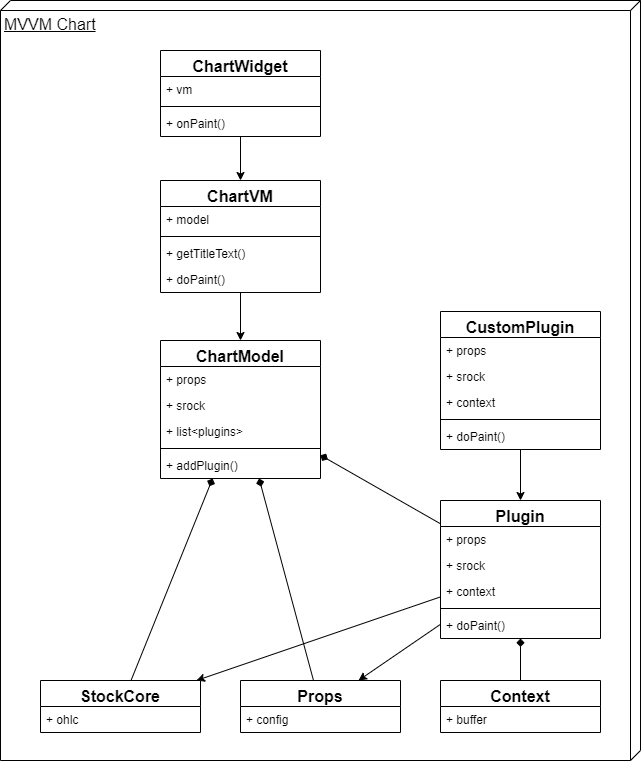
Before: doc/architecture.png, a diagram exported from draw.io (zxffffffff/stock-charts-cpp). Source tidied: cells renumbered, new cells last; positions are measured from the earlier drawing's top-left corner, leaving out a move shared by most shapes. Its diagram source:
```xml
<mxGraphModel>
  <root>
    <mxCell id="0" />
    <mxCell id="1" parent="0" />
    <mxCell id="2" value="MVVM Chart" style="verticalAlign=top;align=left;spacingTop=8;spacingLeft=2;spacingRight=12;shape=cube;size=10;direction=south;fontStyle=4;html=1;fontSize=16;" parent="1" vertex="1">
      <mxGeometry width="640" height="760" as="geometry" />
    </mxCell>
    <mxCell id="3" style="edgeStyle=none;rounded=0;jettySize=auto;html=1;endArrow=diamond;endFill=1;fontSize=16;" parent="1" edge="1" source="31" target="6">
      <mxGeometry relative="1" as="geometry" />
    </mxCell>
    <mxCell id="4" style="edgeStyle=none;rounded=0;jettySize=auto;html=1;endArrow=diamond;endFill=1;fontSize=16;" parent="1" edge="1" source="14" target="6">
      <mxGeometry relative="1" as="geometry" />
    </mxCell>
    <mxCell id="5" style="edgeStyle=none;rounded=0;jettySize=auto;html=1;endArrow=diamond;endFill=1;fontSize=16;" parent="1" edge="1" source="25" target="6">
      <mxGeometry relative="1" as="geometry" />
    </mxCell>
    <mxCell id="6" value="ChartModel" style="swimlane;fontStyle=1;align=center;verticalAlign=top;horizontal=1;startSize=26;fontSize=16;" parent="1" vertex="1">
      <mxGeometry x="160" y="340" width="160" height="138" as="geometry" />
    </mxCell>
    <mxCell id="7" value="+ props" style="text;strokeColor=none;fillColor=none;align=left;verticalAlign=top;spacingLeft=4;spacingRight=4;overflow=hidden;" parent="6" vertex="1">
      <mxGeometry y="26" width="160" height="26" as="geometry" />
    </mxCell>
    <mxCell id="8" value="+ srock" style="text;strokeColor=none;fillColor=none;align=left;verticalAlign=top;spacingLeft=4;spacingRight=4;overflow=hidden;" parent="6" vertex="1">
      <mxGeometry y="52" width="160" height="26" as="geometry" />
    </mxCell>
    <mxCell id="9" value="+ list&lt;plugins&gt;" style="text;strokeColor=none;fillColor=none;align=left;verticalAlign=top;spacingLeft=4;spacingRight=4;overflow=hidden;" parent="6" vertex="1">
      <mxGeometry y="78" width="160" height="26" as="geometry" />
    </mxCell>
    <mxCell id="10" style="line;strokeWidth=1;fillColor=none;align=left;verticalAlign=middle;spacingTop=-1;spacingLeft=3;spacingRight=3;labelPosition=right;" parent="6" vertex="1">
      <mxGeometry y="104" width="160" height="8" as="geometry" />
    </mxCell>
    <mxCell id="11" value="+ addPlugin()" style="text;strokeColor=none;fillColor=none;align=left;verticalAlign=top;spacingLeft=4;spacingRight=4;overflow=hidden;" parent="6" vertex="1">
      <mxGeometry y="112" width="160" height="26" as="geometry" />
    </mxCell>
    <mxCell id="12" value="Context" style="swimlane;fontStyle=1;align=center;verticalAlign=top;horizontal=1;startSize=26;fontSize=16;" parent="1" vertex="1">
      <mxGeometry x="440" y="680" width="160" height="52" as="geometry" />
    </mxCell>
    <mxCell id="13" value="+ buffer" style="text;strokeColor=none;fillColor=none;align=left;verticalAlign=top;spacingLeft=4;spacingRight=4;overflow=hidden;" parent="12" vertex="1">
      <mxGeometry y="26" width="160" height="26" as="geometry" />
    </mxCell>
    <mxCell id="14" value="Props" style="swimlane;fontStyle=1;align=center;verticalAlign=top;horizontal=1;startSize=26;fontSize=16;" parent="1" vertex="1">
      <mxGeometry x="240" y="680" width="160" height="52" as="geometry" />
    </mxCell>
    <mxCell id="15" value="+ config" style="text;strokeColor=none;fillColor=none;align=left;verticalAlign=top;spacingLeft=4;spacingRight=4;overflow=hidden;" parent="14" vertex="1">
      <mxGeometry y="26" width="160" height="26" as="geometry" />
    </mxCell>
    <mxCell id="16" style="edgeStyle=none;rounded=0;jettySize=auto;html=1;endArrow=classic;endFill=1;fontSize=16;" parent="1" edge="1" source="17" target="6">
      <mxGeometry relative="1" as="geometry" />
    </mxCell>
    <mxCell id="17" value="ChartVM" style="swimlane;fontStyle=1;align=center;verticalAlign=top;horizontal=1;startSize=26;fontSize=16;" parent="1" vertex="1">
      <mxGeometry x="160" y="180" width="160" height="112" as="geometry" />
    </mxCell>
    <mxCell id="18" value="+ model" style="text;strokeColor=none;fillColor=none;align=left;verticalAlign=top;spacingLeft=4;spacingRight=4;overflow=hidden;" parent="17" vertex="1">
      <mxGeometry y="26" width="160" height="26" as="geometry" />
    </mxCell>
    <mxCell id="19" style="line;strokeWidth=1;fillColor=none;align=left;verticalAlign=middle;spacingTop=-1;spacingLeft=3;spacingRight=3;labelPosition=right;" parent="17" vertex="1">
      <mxGeometry y="52" width="160" height="8" as="geometry" />
    </mxCell>
    <mxCell id="20" value="+ getTitleText()" style="text;strokeColor=none;fillColor=none;align=left;verticalAlign=top;spacingLeft=4;spacingRight=4;overflow=hidden;" parent="17" vertex="1">
      <mxGeometry y="60" width="160" height="26" as="geometry" />
    </mxCell>
    <mxCell id="21" value="+ doPaint()" style="text;strokeColor=none;fillColor=none;align=left;verticalAlign=top;spacingLeft=4;spacingRight=4;overflow=hidden;" parent="17" vertex="1">
      <mxGeometry y="86" width="160" height="26" as="geometry" />
    </mxCell>
    <mxCell id="22" style="edgeStyle=none;rounded=0;jettySize=auto;html=1;endArrow=diamond;endFill=1;fontSize=16;" parent="1" edge="1" source="12" target="25">
      <mxGeometry relative="1" as="geometry" />
    </mxCell>
    <mxCell id="23" style="edgeStyle=none;rounded=0;jettySize=auto;html=1;endArrow=classic;endFill=1;fontSize=16;" parent="1" edge="1" source="25" target="14">
      <mxGeometry relative="1" as="geometry" />
    </mxCell>
    <mxCell id="24" style="edgeStyle=none;rounded=0;jettySize=auto;html=1;endArrow=classic;endFill=1;fontSize=16;" parent="1" edge="1" source="25" target="31">
      <mxGeometry relative="1" as="geometry" />
    </mxCell>
    <mxCell id="25" value="Plugin" style="swimlane;fontStyle=1;align=center;verticalAlign=top;horizontal=1;startSize=26;fontSize=16;" parent="1" vertex="1">
      <mxGeometry x="440" y="500" width="160" height="138" as="geometry" />
    </mxCell>
    <mxCell id="26" value="+ props" style="text;strokeColor=none;fillColor=none;align=left;verticalAlign=top;spacingLeft=4;spacingRight=4;overflow=hidden;" parent="25" vertex="1">
      <mxGeometry y="26" width="160" height="26" as="geometry" />
    </mxCell>
    <mxCell id="27" value="+ srock" style="text;strokeColor=none;fillColor=none;align=left;verticalAlign=top;spacingLeft=4;spacingRight=4;overflow=hidden;" parent="25" vertex="1">
      <mxGeometry y="52" width="160" height="26" as="geometry" />
    </mxCell>
    <mxCell id="28" value="+ context" style="text;strokeColor=none;fillColor=none;align=left;verticalAlign=top;spacingLeft=4;spacingRight=4;overflow=hidden;" parent="25" vertex="1">
      <mxGeometry y="78" width="160" height="26" as="geometry" />
    </mxCell>
    <mxCell id="29" style="line;strokeWidth=1;fillColor=none;align=left;verticalAlign=middle;spacingTop=-1;spacingLeft=3;spacingRight=3;labelPosition=right;" parent="25" vertex="1">
      <mxGeometry y="104" width="160" height="8" as="geometry" />
    </mxCell>
    <mxCell id="30" value="+ doPaint()" style="text;strokeColor=none;fillColor=none;align=left;verticalAlign=top;spacingLeft=4;spacingRight=4;overflow=hidden;" parent="25" vertex="1">
      <mxGeometry y="112" width="160" height="26" as="geometry" />
    </mxCell>
    <mxCell id="31" value="StockCore" style="swimlane;fontStyle=1;align=center;verticalAlign=top;horizontal=1;startSize=26;fontSize=16;" parent="1" vertex="1">
      <mxGeometry x="40" y="680" width="160" height="52" as="geometry" />
    </mxCell>
    <mxCell id="32" value="+ ohlc" style="text;strokeColor=none;fillColor=none;align=left;verticalAlign=top;spacingLeft=4;spacingRight=4;overflow=hidden;" parent="31" vertex="1">
      <mxGeometry y="26" width="160" height="26" as="geometry" />
    </mxCell>
    <mxCell id="33" style="edgeStyle=none;rounded=0;jettySize=auto;html=1;endArrow=classic;endFill=1;fontSize=16;" parent="1" edge="1" source="34" target="17">
      <mxGeometry relative="1" as="geometry" />
    </mxCell>
    <mxCell id="34" value="ChartWidget" style="swimlane;fontStyle=1;align=center;verticalAlign=top;horizontal=1;startSize=26;fontSize=16;" parent="1" vertex="1">
      <mxGeometry x="160" y="50" width="160" height="86" as="geometry" />
    </mxCell>
    <mxCell id="35" value="+ vm" style="text;strokeColor=none;fillColor=none;align=left;verticalAlign=top;spacingLeft=4;spacingRight=4;overflow=hidden;" parent="34" vertex="1">
      <mxGeometry y="26" width="160" height="26" as="geometry" />
    </mxCell>
    <mxCell id="36" style="line;strokeWidth=1;fillColor=none;align=left;verticalAlign=middle;spacingTop=-1;spacingLeft=3;spacingRight=3;labelPosition=right;" parent="34" vertex="1">
      <mxGeometry y="52" width="160" height="8" as="geometry" />
    </mxCell>
    <mxCell id="37" value="+ onPaint()" style="text;strokeColor=none;fillColor=none;align=left;verticalAlign=top;spacingLeft=4;spacingRight=4;overflow=hidden;" parent="34" vertex="1">
      <mxGeometry y="60" width="160" height="26" as="geometry" />
    </mxCell>
    <mxCell id="38" style="edgeStyle=none;rounded=0;jettySize=auto;html=1;endArrow=classic;endFill=1;fontSize=16;" parent="1" edge="1" source="39" target="25">
      <mxGeometry relative="1" as="geometry" />
    </mxCell>
    <mxCell id="39" value="CustomPlugin" style="swimlane;fontStyle=1;align=center;verticalAlign=top;horizontal=1;startSize=26;fontSize=16;" parent="1" vertex="1">
      <mxGeometry x="440" y="311" width="160" height="138" as="geometry" />
    </mxCell>
    <mxCell id="40" value="+ props" style="text;strokeColor=none;fillColor=none;align=left;verticalAlign=top;spacingLeft=4;spacingRight=4;overflow=hidden;" parent="39" vertex="1">
      <mxGeometry y="26" width="160" height="26" as="geometry" />
    </mxCell>
    <mxCell id="41" value="+ srock" style="text;strokeColor=none;fillColor=none;align=left;verticalAlign=top;spacingLeft=4;spacingRight=4;overflow=hidden;" parent="39" vertex="1">
      <mxGeometry y="52" width="160" height="26" as="geometry" />
    </mxCell>
    <mxCell id="42" value="+ context" style="text;strokeColor=none;fillColor=none;align=left;verticalAlign=top;spacingLeft=4;spacingRight=4;overflow=hidden;" parent="39" vertex="1">
      <mxGeometry y="78" width="160" height="26" as="geometry" />
    </mxCell>
    <mxCell id="43" style="line;strokeWidth=1;fillColor=none;align=left;verticalAlign=middle;spacingTop=-1;spacingLeft=3;spacingRight=3;labelPosition=right;" parent="39" vertex="1">
      <mxGeometry y="104" width="160" height="8" as="geometry" />
    </mxCell>
    <mxCell id="44" value="+ doPaint()" style="text;strokeColor=none;fillColor=none;align=left;verticalAlign=top;spacingLeft=4;spacingRight=4;overflow=hidden;" parent="39" vertex="1">
      <mxGeometry y="112" width="160" height="26" as="geometry" />
    </mxCell>
  </root>
</mxGraphModel>
```
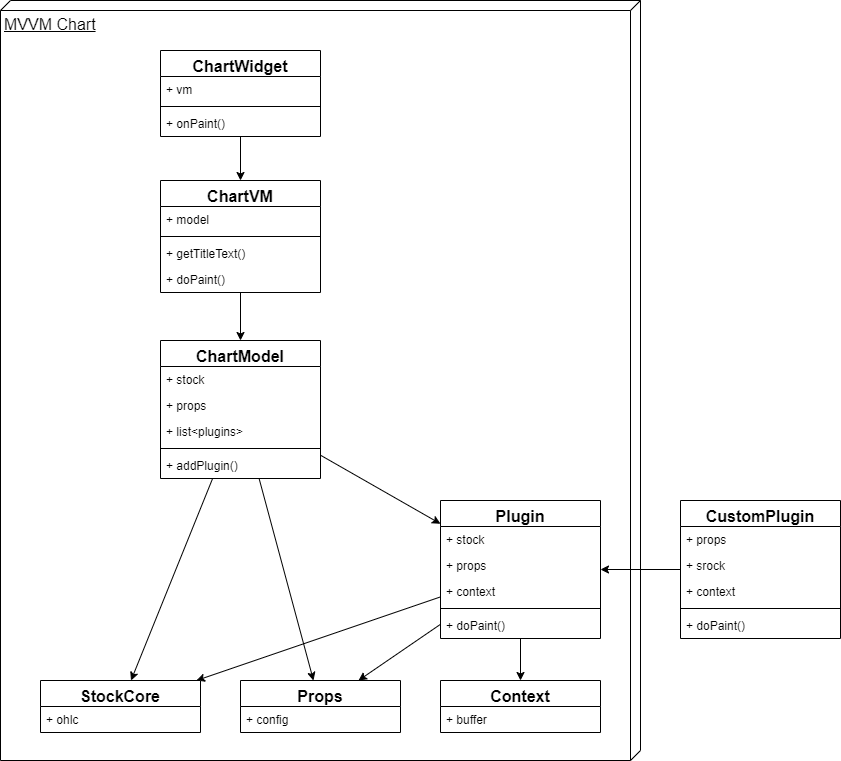
Above is the later version.

The edit, as a diff of the source:
```diff
@@ -5,22 +5,22 @@
     <mxCell id="2" value="MVVM Chart" style="verticalAlign=top;align=left;spacingTop=8;spacingLeft=2;spacingRight=12;shape=cube;size=10;direction=south;fontStyle=4;html=1;fontSize=16;" parent="1" vertex="1">
       <mxGeometry width="640" height="760" as="geometry" />
     </mxCell>
-    <mxCell id="3" style="edgeStyle=none;rounded=0;jettySize=auto;html=1;endArrow=diamond;endFill=1;fontSize=16;" parent="1" edge="1" source="31" target="6">
+    <mxCell id="3" style="edgeStyle=none;rounded=0;jettySize=auto;html=1;endArrow=classic;endFill=1;fontSize=16;" parent="1" edge="1" source="6" target="31">
       <mxGeometry relative="1" as="geometry" />
     </mxCell>
-    <mxCell id="4" style="edgeStyle=none;rounded=0;jettySize=auto;html=1;endArrow=diamond;endFill=1;fontSize=16;" parent="1" edge="1" source="14" target="6">
+    <mxCell id="4" style="edgeStyle=none;rounded=0;jettySize=auto;html=1;endArrow=classic;endFill=1;fontSize=16;" parent="1" edge="1" source="6" target="14">
       <mxGeometry relative="1" as="geometry" />
     </mxCell>
-    <mxCell id="5" style="edgeStyle=none;rounded=0;jettySize=auto;html=1;endArrow=diamond;endFill=1;fontSize=16;" parent="1" edge="1" source="25" target="6">
+    <mxCell id="5" style="edgeStyle=none;rounded=0;jettySize=auto;html=1;endArrow=classic;endFill=1;fontSize=16;" parent="1" edge="1" source="6" target="25">
       <mxGeometry relative="1" as="geometry" />
     </mxCell>
     <mxCell id="6" value="ChartModel" style="swimlane;fontStyle=1;align=center;verticalAlign=top;horizontal=1;startSize=26;fontSize=16;" parent="1" vertex="1">
       <mxGeometry x="160" y="340" width="160" height="138" as="geometry" />
     </mxCell>
-    <mxCell id="7" value="+ props" style="text;strokeColor=none;fillColor=none;align=left;verticalAlign=top;spacingLeft=4;spacingRight=4;overflow=hidden;" parent="6" vertex="1">
+    <mxCell id="7" value="+ stock" style="text;strokeColor=none;fillColor=none;align=left;verticalAlign=top;spacingLeft=4;spacingRight=4;overflow=hidden;" parent="6" vertex="1">
       <mxGeometry y="26" width="160" height="26" as="geometry" />
     </mxCell>
-    <mxCell id="8" value="+ srock" style="text;strokeColor=none;fillColor=none;align=left;verticalAlign=top;spacingLeft=4;spacingRight=4;overflow=hidden;" parent="6" vertex="1">
+    <mxCell id="8" value="+ props" style="text;strokeColor=none;fillColor=none;align=left;verticalAlign=top;spacingLeft=4;spacingRight=4;overflow=hidden;" parent="6" vertex="1">
       <mxGeometry y="52" width="160" height="26" as="geometry" />
     </mxCell>
     <mxCell id="9" value="+ list&lt;plugins&gt;" style="text;strokeColor=none;fillColor=none;align=left;verticalAlign=top;spacingLeft=4;spacingRight=4;overflow=hidden;" parent="6" vertex="1">
@@ -62,7 +62,7 @@
     <mxCell id="21" value="+ doPaint()" style="text;strokeColor=none;fillColor=none;align=left;verticalAlign=top;spacingLeft=4;spacingRight=4;overflow=hidden;" parent="17" vertex="1">
       <mxGeometry y="86" width="160" height="26" as="geometry" />
     </mxCell>
-    <mxCell id="22" style="edgeStyle=none;rounded=0;jettySize=auto;html=1;endArrow=diamond;endFill=1;fontSize=16;" parent="1" edge="1" source="12" target="25">
+    <mxCell id="22" style="edgeStyle=none;rounded=0;jettySize=auto;html=1;endArrow=classic;endFill=1;fontSize=16;" parent="1" edge="1" source="25" target="12">
       <mxGeometry relative="1" as="geometry" />
     </mxCell>
     <mxCell id="23" style="edgeStyle=none;rounded=0;jettySize=auto;html=1;endArrow=classic;endFill=1;fontSize=16;" parent="1" edge="1" source="25" target="14">
@@ -74,10 +74,10 @@
     <mxCell id="25" value="Plugin" style="swimlane;fontStyle=1;align=center;verticalAlign=top;horizontal=1;startSize=26;fontSize=16;" parent="1" vertex="1">
       <mxGeometry x="440" y="500" width="160" height="138" as="geometry" />
     </mxCell>
-    <mxCell id="26" value="+ props" style="text;strokeColor=none;fillColor=none;align=left;verticalAlign=top;spacingLeft=4;spacingRight=4;overflow=hidden;" parent="25" vertex="1">
+    <mxCell id="26" value="+ stock" style="text;strokeColor=none;fillColor=none;align=left;verticalAlign=top;spacingLeft=4;spacingRight=4;overflow=hidden;" parent="25" vertex="1">
       <mxGeometry y="26" width="160" height="26" as="geometry" />
     </mxCell>
-    <mxCell id="27" value="+ srock" style="text;strokeColor=none;fillColor=none;align=left;verticalAlign=top;spacingLeft=4;spacingRight=4;overflow=hidden;" parent="25" vertex="1">
+    <mxCell id="27" value="+ props" style="text;strokeColor=none;fillColor=none;align=left;verticalAlign=top;spacingLeft=4;spacingRight=4;overflow=hidden;" parent="25" vertex="1">
       <mxGeometry y="52" width="160" height="26" as="geometry" />
     </mxCell>
     <mxCell id="28" value="+ context" style="text;strokeColor=none;fillColor=none;align=left;verticalAlign=top;spacingLeft=4;spacingRight=4;overflow=hidden;" parent="25" vertex="1">
@@ -114,7 +114,7 @@
       <mxGeometry relative="1" as="geometry" />
     </mxCell>
     <mxCell id="39" value="CustomPlugin" style="swimlane;fontStyle=1;align=center;verticalAlign=top;horizontal=1;startSize=26;fontSize=16;" parent="1" vertex="1">
-      <mxGeometry x="440" y="311" width="160" height="138" as="geometry" />
+      <mxGeometry x="680" y="500" width="160" height="138" as="geometry" />
     </mxCell>
     <mxCell id="40" value="+ props" style="text;strokeColor=none;fillColor=none;align=left;verticalAlign=top;spacingLeft=4;spacingRight=4;overflow=hidden;" parent="39" vertex="1">
       <mxGeometry y="26" width="160" height="26" as="geometry" />
```
